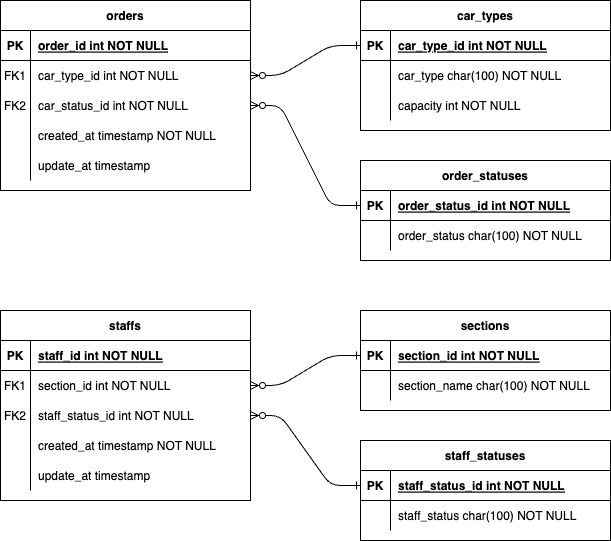
Earlier version of the draw.io export img/ER図.png (pon02/Assignment-10). Source tidied: cells renumbered, new cells last; positions are measured from the earlier drawing's top-left corner, leaving out a move shared by most shapes.
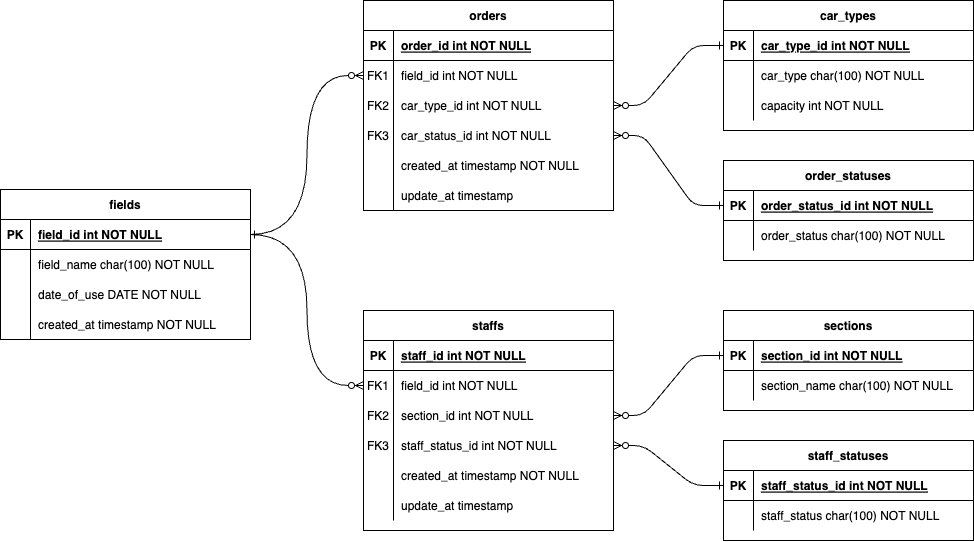
The same file after the commit.

Commit message:
READMEデータベース定義更新

Diff of the diagram source:
```diff
@@ -2,11 +2,11 @@
   <root>
     <mxCell id="0" />
     <mxCell id="1" parent="0" />
-    <mxCell id="2" style="edgeStyle=entityRelationEdgeStyle;endArrow=ERzeroToMany;startArrow=ERone;endFill=1;startFill=0;" parent="1" edge="1" source="27" target="7">
+    <mxCell id="2" style="edgeStyle=entityRelationEdgeStyle;endArrow=ERzeroToMany;startArrow=ERone;endFill=1;startFill=0;entryX=1;entryY=0.5;entryDx=0;entryDy=0;" parent="1" edge="1" source="27" target="10">
       <mxGeometry relative="1" as="geometry" />
     </mxCell>
     <mxCell id="3" value="orders" style="shape=table;startSize=30;rowLines=0;fontStyle=1;align=center;" parent="1" vertex="1">
-      <mxGeometry width="250" height="190" as="geometry" />
+      <mxGeometry width="250" height="210" as="geometry" />
     </mxCell>
     <mxCell id="4" style="shape=partialRectangle;fillColor=none;top=0;left=0;right=0;bottom=1;" parent="3" vertex="1">
       <mxGeometry y="30" width="250" height="30" as="geometry" />
@@ -23,7 +23,7 @@
     <mxCell id="8" value="FK1" style="shape=partialRectangle;overflow=hidden;fillColor=none;top=0;left=0;bottom=0;right=0;" parent="7" vertex="1">
       <mxGeometry width="30" height="30" as="geometry" />
     </mxCell>
-    <mxCell id="9" value="car_type_id int NOT NULL" style="shape=partialRectangle;overflow=hidden;fillColor=none;top=0;left=0;bottom=0;right=0;align=left;spacingLeft=6;" parent="7" vertex="1">
+    <mxCell id="9" value="field_id int NOT NULL" style="shape=partialRectangle;overflow=hidden;fillColor=none;top=0;left=0;bottom=0;right=0;align=left;spacingLeft=6;" parent="7" vertex="1">
       <mxGeometry x="30" width="220" height="30" as="geometry" />
     </mxCell>
     <mxCell id="10" style="shape=partialRectangle;fillColor=none;points=[[0,0.5],[1,0.5]];portConstraint=eastwest;top=0;left=0;right=0;bottom=0;" parent="3" vertex="1">
@@ -32,16 +32,16 @@
     <mxCell id="11" value="FK2" style="shape=partialRectangle;overflow=hidden;fillColor=none;top=0;left=0;bottom=0;right=0;" parent="10" vertex="1">
       <mxGeometry width="30" height="30" as="geometry" />
     </mxCell>
-    <mxCell id="12" value="car_status_id int NOT NULL" style="shape=partialRectangle;overflow=hidden;fillColor=none;top=0;left=0;bottom=0;right=0;align=left;spacingLeft=6;" parent="10" vertex="1">
+    <mxCell id="12" value="car_type_id int NOT NULL" style="shape=partialRectangle;overflow=hidden;fillColor=none;top=0;left=0;bottom=0;right=0;align=left;spacingLeft=6;" parent="10" vertex="1">
       <mxGeometry x="30" width="220" height="30" as="geometry" />
     </mxCell>
     <mxCell id="13" style="shape=partialRectangle;fillColor=none;points=[[0,0.5],[1,0.5]];portConstraint=eastwest;top=0;left=0;right=0;bottom=0;" parent="3" vertex="1">
       <mxGeometry y="120" width="250" height="30" as="geometry" />
     </mxCell>
-    <mxCell id="14" style="shape=partialRectangle;overflow=hidden;fillColor=none;top=0;left=0;bottom=0;right=0;" parent="13" vertex="1">
+    <mxCell id="14" value="FK3" style="shape=partialRectangle;overflow=hidden;fillColor=none;top=0;left=0;bottom=0;right=0;" parent="13" vertex="1">
       <mxGeometry width="30" height="30" as="geometry" />
     </mxCell>
-    <mxCell id="15" value="created_at timestamp NOT NULL" style="shape=partialRectangle;overflow=hidden;fillColor=none;top=0;left=0;bottom=0;right=0;align=left;spacingLeft=6;" parent="13" vertex="1">
+    <mxCell id="15" value="car_status_id int NOT NULL" style="shape=partialRectangle;overflow=hidden;fillColor=none;top=0;left=0;bottom=0;right=0;align=left;spacingLeft=6;" parent="13" vertex="1">
       <mxGeometry x="30" width="220" height="30" as="geometry" />
     </mxCell>
     <mxCell id="16" style="shape=partialRectangle;fillColor=none;top=0;left=0;right=0;bottom=0;" parent="3" vertex="1">
@@ -50,9 +50,18 @@
     <mxCell id="17" style="shape=partialRectangle;overflow=hidden;fillColor=none;top=0;left=0;bottom=0;right=0;" parent="16" vertex="1">
       <mxGeometry width="30" height="30" as="geometry" />
     </mxCell>
-    <mxCell id="18" value="update_at timestamp " style="shape=partialRectangle;overflow=hidden;fillColor=none;top=0;left=0;bottom=0;right=0;align=left;spacingLeft=6;" parent="16" vertex="1">
+    <mxCell id="18" value="created_at timestamp NOT NULL" style="shape=partialRectangle;overflow=hidden;fillColor=none;top=0;left=0;bottom=0;right=0;align=left;spacingLeft=6;" parent="16" vertex="1">
       <mxGeometry x="30" width="220" height="30" as="geometry" />
     </mxCell>
+    <mxCell id="69" style="shape=partialRectangle;fillColor=none;top=0;left=0;right=0;bottom=0;" parent="3" vertex="1">
+      <mxGeometry y="180" width="250" height="30" as="geometry" />
+    </mxCell>
+    <mxCell id="70" style="shape=partialRectangle;overflow=hidden;fillColor=none;top=0;left=0;bottom=0;right=0;" parent="69" vertex="1">
+      <mxGeometry width="30" height="30" as="geometry" />
+    </mxCell>
+    <mxCell id="71" value="update_at timestamp " style="shape=partialRectangle;overflow=hidden;fillColor=none;top=0;left=0;bottom=0;right=0;align=left;spacingLeft=6;" parent="69" vertex="1">
+      <mxGeometry x="30" width="220" height="30" as="geometry" />
+    </mxCell>
     <mxCell id="19" value="order_statuses" style="shape=table;startSize=30;rowLines=0;fontStyle=1;align=center;" parent="1" vertex="1">
       <mxGeometry x="360" y="160" width="250" height="100" as="geometry" />
     </mxCell>
@@ -104,11 +113,11 @@
     <mxCell id="35" value="capacity int NOT NULL" style="shape=partialRectangle;overflow=hidden;fillColor=none;top=0;left=0;bottom=0;right=0;align=left;spacingLeft=6;" parent="33" vertex="1">
       <mxGeometry x="30" width="220" height="30" as="geometry" />
     </mxCell>
-    <mxCell id="36" style="edgeStyle=entityRelationEdgeStyle;endArrow=ERzeroToMany;startArrow=ERone;endFill=1;startFill=0;exitX=0;exitY=0.5;exitDx=0;exitDy=0;entryX=1;entryY=0.5;entryDx=0;entryDy=0;" parent="1" edge="1" source="20" target="10">
+    <mxCell id="36" style="edgeStyle=entityRelationEdgeStyle;endArrow=ERzeroToMany;startArrow=ERone;endFill=1;startFill=0;exitX=0;exitY=0.5;exitDx=0;exitDy=0;entryX=1;entryY=0.5;entryDx=0;entryDy=0;" parent="1" edge="1" source="20" target="13">
       <mxGeometry relative="1" as="geometry" />
     </mxCell>
     <mxCell id="37" value="staffs" style="shape=table;startSize=30;rowLines=0;fontStyle=1;align=center;" parent="1" vertex="1">
-      <mxGeometry y="310" width="250" height="190" as="geometry" />
+      <mxGeometry y="310" width="250" height="220" as="geometry" />
     </mxCell>
     <mxCell id="38" style="shape=partialRectangle;fillColor=none;top=0;left=0;right=0;bottom=1;" parent="37" vertex="1">
       <mxGeometry y="30" width="250" height="30" as="geometry" />
@@ -125,7 +134,7 @@
     <mxCell id="42" value="FK1" style="shape=partialRectangle;overflow=hidden;fillColor=none;top=0;left=0;bottom=0;right=0;" parent="41" vertex="1">
       <mxGeometry width="30" height="30" as="geometry" />
     </mxCell>
-    <mxCell id="43" value="section_id int NOT NULL" style="shape=partialRectangle;overflow=hidden;fillColor=none;top=0;left=0;bottom=0;right=0;align=left;spacingLeft=6;" parent="41" vertex="1">
+    <mxCell id="43" value="field_id int NOT NULL" style="shape=partialRectangle;overflow=hidden;fillColor=none;top=0;left=0;bottom=0;right=0;align=left;spacingLeft=6;" parent="41" vertex="1">
       <mxGeometry x="30" width="220" height="30" as="geometry" />
     </mxCell>
     <mxCell id="44" style="shape=partialRectangle;fillColor=none;points=[[0,0.5],[1,0.5]];portConstraint=eastwest;top=0;left=0;right=0;bottom=0;" parent="37" vertex="1">
@@ -134,16 +143,16 @@
     <mxCell id="45" value="FK2" style="shape=partialRectangle;overflow=hidden;fillColor=none;top=0;left=0;bottom=0;right=0;" parent="44" vertex="1">
       <mxGeometry width="30" height="30" as="geometry" />
     </mxCell>
-    <mxCell id="46" value="staff_status_id int NOT NULL" style="shape=partialRectangle;overflow=hidden;fillColor=none;top=0;left=0;bottom=0;right=0;align=left;spacingLeft=6;" parent="44" vertex="1">
+    <mxCell id="46" value="section_id int NOT NULL" style="shape=partialRectangle;overflow=hidden;fillColor=none;top=0;left=0;bottom=0;right=0;align=left;spacingLeft=6;" parent="44" vertex="1">
       <mxGeometry x="30" width="220" height="30" as="geometry" />
     </mxCell>
     <mxCell id="47" style="shape=partialRectangle;fillColor=none;points=[[0,0.5],[1,0.5]];portConstraint=eastwest;top=0;left=0;right=0;bottom=0;" parent="37" vertex="1">
       <mxGeometry y="120" width="250" height="30" as="geometry" />
     </mxCell>
-    <mxCell id="48" style="shape=partialRectangle;overflow=hidden;fillColor=none;top=0;left=0;bottom=0;right=0;" parent="47" vertex="1">
+    <mxCell id="48" value="FK3" style="shape=partialRectangle;overflow=hidden;fillColor=none;top=0;left=0;bottom=0;right=0;" parent="47" vertex="1">
       <mxGeometry width="30" height="30" as="geometry" />
     </mxCell>
-    <mxCell id="49" value="created_at timestamp NOT NULL" style="shape=partialRectangle;overflow=hidden;fillColor=none;top=0;left=0;bottom=0;right=0;align=left;spacingLeft=6;" parent="47" vertex="1">
+    <mxCell id="49" value="staff_status_id int NOT NULL" style="shape=partialRectangle;overflow=hidden;fillColor=none;top=0;left=0;bottom=0;right=0;align=left;spacingLeft=6;" parent="47" vertex="1">
       <mxGeometry x="30" width="220" height="30" as="geometry" />
     </mxCell>
     <mxCell id="50" style="shape=partialRectangle;fillColor=none;top=0;left=0;right=0;bottom=0;" parent="37" vertex="1">
@@ -152,9 +161,18 @@
     <mxCell id="51" style="shape=partialRectangle;overflow=hidden;fillColor=none;top=0;left=0;bottom=0;right=0;" parent="50" vertex="1">
       <mxGeometry width="30" height="30" as="geometry" />
     </mxCell>
-    <mxCell id="52" value="update_at timestamp " style="shape=partialRectangle;overflow=hidden;fillColor=none;top=0;left=0;bottom=0;right=0;align=left;spacingLeft=6;" parent="50" vertex="1">
+    <mxCell id="52" value="created_at timestamp NOT NULL" style="shape=partialRectangle;overflow=hidden;fillColor=none;top=0;left=0;bottom=0;right=0;align=left;spacingLeft=6;" parent="50" vertex="1">
       <mxGeometry x="30" width="220" height="30" as="geometry" />
     </mxCell>
+    <mxCell id="72" style="shape=partialRectangle;fillColor=none;top=0;left=0;right=0;bottom=0;" parent="37" vertex="1">
+      <mxGeometry y="180" width="250" height="30" as="geometry" />
+    </mxCell>
+    <mxCell id="73" style="shape=partialRectangle;overflow=hidden;fillColor=none;top=0;left=0;bottom=0;right=0;" parent="72" vertex="1">
+      <mxGeometry width="30" height="30" as="geometry" />
+    </mxCell>
+    <mxCell id="74" value="update_at timestamp " style="shape=partialRectangle;overflow=hidden;fillColor=none;top=0;left=0;bottom=0;right=0;align=left;spacingLeft=6;" parent="72" vertex="1">
+      <mxGeometry x="30" width="220" height="30" as="geometry" />
+    </mxCell>
     <mxCell id="53" value="staff_statuses" style="shape=table;startSize=30;rowLines=0;fontStyle=1;align=center;" parent="1" vertex="1">
       <mxGeometry x="360" y="440" width="250" height="100" as="geometry" />
     </mxCell>
@@ -197,11 +215,56 @@
     <mxCell id="66" value="section_name char(100) NOT NULL" style="shape=partialRectangle;overflow=hidden;fillColor=none;top=0;left=0;bottom=0;right=0;align=left;spacingLeft=6;" parent="64" vertex="1">
       <mxGeometry x="30" width="220" height="30" as="geometry" />
     </mxCell>
-    <mxCell id="67" style="edgeStyle=entityRelationEdgeStyle;endArrow=ERzeroToMany;startArrow=ERone;endFill=1;startFill=0;entryX=1;entryY=0.5;entryDx=0;entryDy=0;exitX=0;exitY=0.5;exitDx=0;exitDy=0;" parent="1" edge="1" source="54" target="44">
+    <mxCell id="67" style="edgeStyle=entityRelationEdgeStyle;endArrow=ERzeroToMany;startArrow=ERone;endFill=1;startFill=0;entryX=1;entryY=0.5;entryDx=0;entryDy=0;exitX=0;exitY=0.5;exitDx=0;exitDy=0;" parent="1" edge="1" source="54" target="47">
       <mxGeometry relative="1" as="geometry" />
     </mxCell>
-    <mxCell id="68" style="edgeStyle=entityRelationEdgeStyle;endArrow=ERzeroToMany;startArrow=ERone;endFill=1;startFill=0;exitX=0;exitY=0.5;exitDx=0;exitDy=0;entryX=1;entryY=0.5;entryDx=0;entryDy=0;" parent="1" edge="1" source="61" target="41">
+    <mxCell id="68" style="edgeStyle=entityRelationEdgeStyle;endArrow=ERzeroToMany;startArrow=ERone;endFill=1;startFill=0;exitX=0;exitY=0.5;exitDx=0;exitDy=0;entryX=1;entryY=0.5;entryDx=0;entryDy=0;" parent="1" edge="1" source="61" target="44">
       <mxGeometry relative="1" as="geometry" />
     </mxCell>
+    <mxCell id="75" value="fields" style="shape=table;startSize=30;rowLines=0;fontStyle=1;align=center;" parent="1" vertex="1">
+      <mxGeometry x="-363" y="189" width="250" height="150" as="geometry" />
+    </mxCell>
+    <mxCell id="76" style="shape=partialRectangle;fillColor=none;points=[[0,0.5],[1,0.5]];portConstraint=eastwest;top=0;left=0;right=0;bottom=1;" parent="75" vertex="1">
+      <mxGeometry y="30" width="250" height="30" as="geometry" />
+    </mxCell>
+    <mxCell id="77" value="PK" style="shape=partialRectangle;overflow=hidden;fillColor=none;top=0;left=0;bottom=0;right=0;fontStyle=1;" parent="76" vertex="1">
+      <mxGeometry width="30" height="30" as="geometry" />
+    </mxCell>
+    <mxCell id="78" value="field_id int NOT NULL " style="shape=partialRectangle;overflow=hidden;fillColor=none;top=0;left=0;bottom=0;right=0;align=left;spacingLeft=6;fontStyle=5;" parent="76" vertex="1">
+      <mxGeometry x="30" width="220" height="30" as="geometry" />
+    </mxCell>
+    <mxCell id="79" style="shape=partialRectangle;fillColor=none;top=0;left=0;right=0;bottom=0;" parent="75" vertex="1">
+      <mxGeometry y="60" width="250" height="30" as="geometry" />
+    </mxCell>
+    <mxCell id="80" style="shape=partialRectangle;overflow=hidden;fillColor=none;top=0;left=0;bottom=0;right=0;" parent="79" vertex="1">
+      <mxGeometry width="30" height="30" as="geometry" />
+    </mxCell>
+    <mxCell id="81" value="field_name char(100) NOT NULL" style="shape=partialRectangle;overflow=hidden;fillColor=none;top=0;left=0;bottom=0;right=0;align=left;spacingLeft=6;" parent="79" vertex="1">
+      <mxGeometry x="30" width="220" height="30" as="geometry" />
+    </mxCell>
+    <mxCell id="82" style="shape=partialRectangle;fillColor=none;top=0;left=0;right=0;bottom=0;" parent="75" vertex="1">
+      <mxGeometry y="90" width="250" height="30" as="geometry" />
+    </mxCell>
+    <mxCell id="83" style="shape=partialRectangle;overflow=hidden;fillColor=none;top=0;left=0;bottom=0;right=0;" parent="82" vertex="1">
+      <mxGeometry width="30" height="30" as="geometry" />
+    </mxCell>
+    <mxCell id="84" value="date_of_use DATE NOT NULL" style="shape=partialRectangle;overflow=hidden;fillColor=none;top=0;left=0;bottom=0;right=0;align=left;spacingLeft=6;" parent="82" vertex="1">
+      <mxGeometry x="30" width="220" height="30" as="geometry" />
+    </mxCell>
+    <mxCell id="85" style="shape=partialRectangle;fillColor=none;top=0;left=0;right=0;bottom=0;" parent="75" vertex="1">
+      <mxGeometry y="120" width="250" height="30" as="geometry" />
+    </mxCell>
+    <mxCell id="86" style="shape=partialRectangle;overflow=hidden;fillColor=none;top=0;left=0;bottom=0;right=0;" parent="85" vertex="1">
+      <mxGeometry width="30" height="30" as="geometry" />
+    </mxCell>
+    <mxCell id="87" value="created_at timestamp NOT NULL" style="shape=partialRectangle;overflow=hidden;fillColor=none;top=0;left=0;bottom=0;right=0;align=left;spacingLeft=6;" parent="85" vertex="1">
+      <mxGeometry x="30" width="220" height="30" as="geometry" />
+    </mxCell>
+    <mxCell id="88" style="endArrow=ERzeroToMany;html=1;rounded=0;exitX=1;exitY=0.5;exitDx=0;exitDy=0;edgeStyle=orthogonalEdgeStyle;startArrow=ERone;startFill=0;endFill=0;entryX=0;entryY=0.5;entryDx=0;entryDy=0;curved=1;" parent="1" edge="1" source="76" target="7">
+      <mxGeometry relative="1" as="geometry" />
+    </mxCell>
+    <mxCell id="89" style="endArrow=ERzeroToMany;html=1;rounded=0;exitX=1;exitY=0.5;exitDx=0;exitDy=0;edgeStyle=orthogonalEdgeStyle;startArrow=ERone;startFill=0;endFill=0;entryX=0;entryY=0.5;entryDx=0;entryDy=0;curved=1;" parent="1" edge="1" source="76" target="41">
+      <mxGeometry relative="1" as="geometry" />
+    </mxCell>
   </root>
 </mxGraphModel>
```
